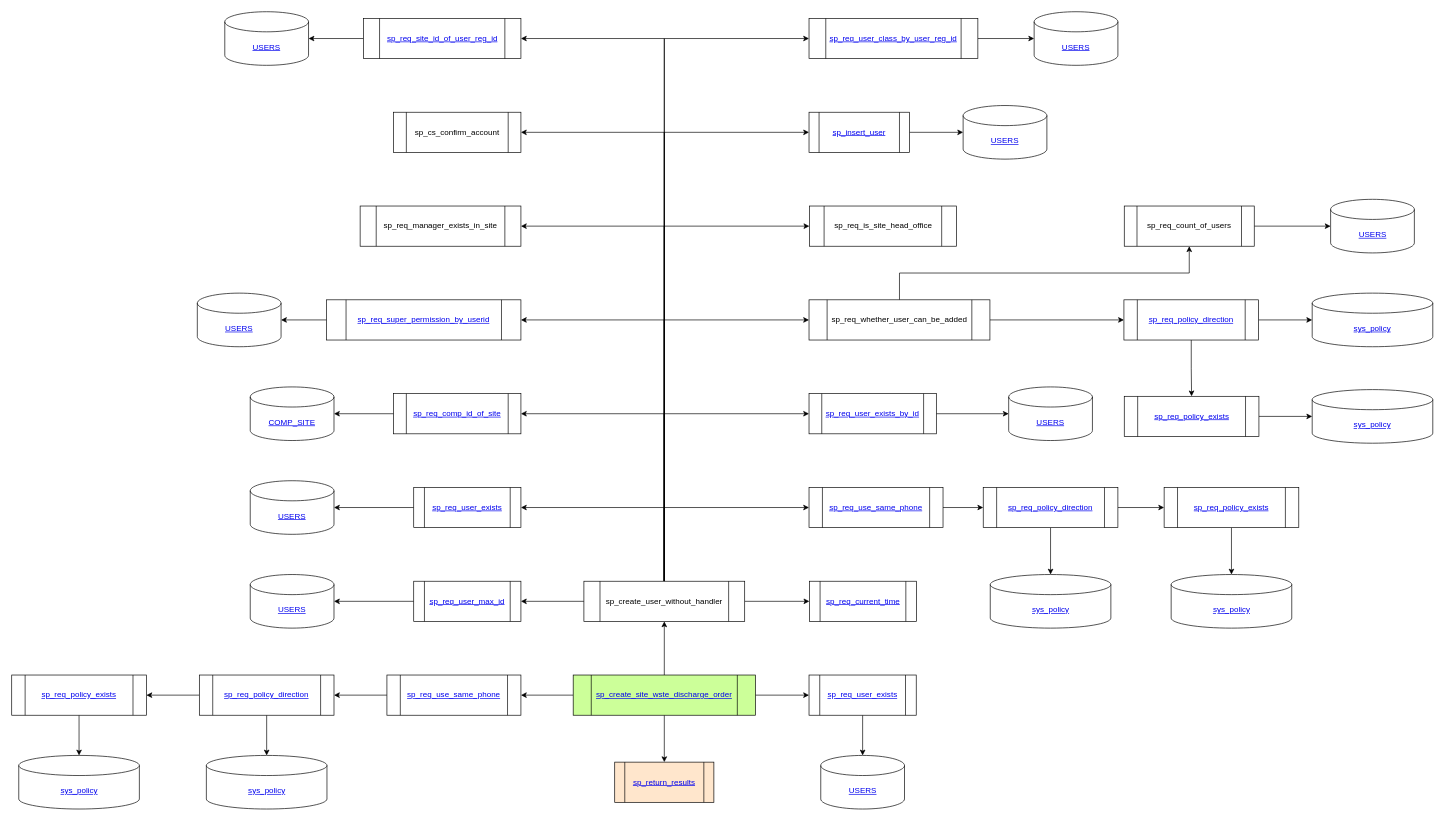
The draw.io diagram sp_create_user.drawio in Leo-Nam/chium_draw, before the edit. Source tidied: cells renumbered, new cells numbered last; positions are measured from the earlier drawing's top-left corner, leaving out a move shared by most shapes. Both pictures are drawn from the tidied source at 67%, with x=0, y=0 at pixel (11, 11).
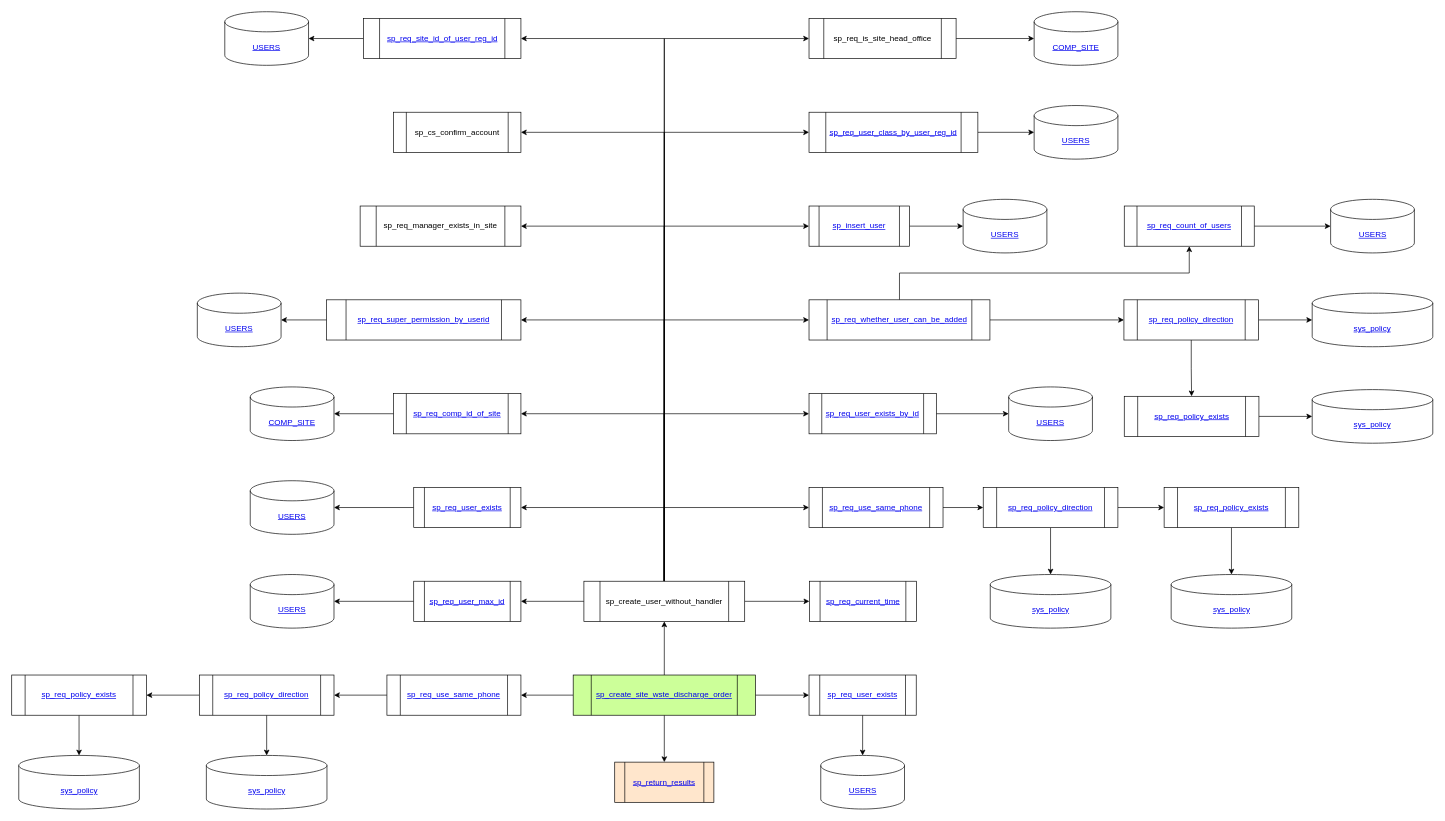
After the change.

Change to the diagram source:
```diff
@@
-    <mxCell id="58" value="sp_req_whether_user_can_be_added" style="shape=process;whiteSpace=wrap;html=1;backgroundOutline=1;rounded=0;" parent="1" vertex="1">
+    <mxCell id="58" value="&lt;a href=&quot;https://github.com/Leo-Nam/chium_draw/blob/master/sp_req_whether_user_can_be_added.drawio&quot;&gt;sp_req_whether_user_can_be_added&lt;/a&gt;" style="shape=process;whiteSpace=wrap;html=1;backgroundOutline=1;rounded=0;" parent="1" vertex="1">
       <mxGeometry x="1190" y="430" width="270" height="60" as="geometry" />
     </mxCell>
@@
+    <mxCell id="85" style="edgeStyle=orthogonalEdgeStyle;rounded=0;jettySize=auto;html=1;" parent="1" edge="1" source="62" target="86">
+      <mxGeometry relative="1" as="geometry" />
+    </mxCell>
     <mxCell id="62" value="sp_req_is_site_head_office" style="shape=process;whiteSpace=wrap;html=1;backgroundOutline=1;rounded=0;" parent="1" vertex="1">
-      <mxGeometry x="1190.5" y="290" width="219.5" height="60" as="geometry" />
+      <mxGeometry x="1190" y="10" width="219.5" height="60" as="geometry" />
     </mxCell>
@@
     <mxCell id="65" value="&lt;a href=&quot;https://github.com/Leo-Nam/chium_draw/blob/master/sp_insert_user.drawio&quot;&gt;sp_insert_user&lt;/a&gt;" style="shape=process;whiteSpace=wrap;html=1;backgroundOutline=1;rounded=0;" parent="1" vertex="1">
-      <mxGeometry x="1190" y="150" width="150" height="60" as="geometry" />
+      <mxGeometry x="1190" y="290" width="150" height="60" as="geometry" />
     </mxCell>
     <mxCell id="66" value="&lt;a href=&quot;https://www.notion.so/USERS-20656cfbb07d4dedb33482dccb7d81cd&quot;&gt;USERS&lt;/a&gt;" style="shape=cylinder3;whiteSpace=wrap;html=1;boundedLbl=1;backgroundOutline=1;size=15;" parent="1" vertex="1">
-      <mxGeometry x="1420" y="140" width="125" height="80" as="geometry" />
+      <mxGeometry x="1420" y="280" width="125" height="80" as="geometry" />
     </mxCell>
@@
     <mxCell id="69" value="&lt;a href=&quot;https://github.com/Leo-Nam/chium_draw/blob/master/sp_req_user_class_by_user_reg_id.drawio&quot;&gt;sp_req_user_class_by_user_reg_id&lt;/a&gt;" style="shape=process;whiteSpace=wrap;html=1;backgroundOutline=1;" parent="1" vertex="1">
-      <mxGeometry x="1190" y="10" width="252" height="60" as="geometry" />
+      <mxGeometry x="1190" y="150" width="252" height="60" as="geometry" />
     </mxCell>
     <mxCell id="70" value="&lt;a href=&quot;https://www.notion.so/USERS-20656cfbb07d4dedb33482dccb7d81cd&quot;&gt;USERS&lt;/a&gt;" style="shape=cylinder3;whiteSpace=wrap;html=1;boundedLbl=1;backgroundOutline=1;size=15;" parent="1" vertex="1">
-      <mxGeometry x="1526" width="125" height="80" as="geometry" />
+      <mxGeometry x="1526" y="140" width="125" height="80" as="geometry" />
     </mxCell>
@@
-    <mxCell id="76" value="sp_req_count_of_users" style="shape=process;whiteSpace=wrap;html=1;backgroundOutline=1;rounded=0;" parent="1" vertex="1">
+    <mxCell id="76" value="&lt;a href=&quot;https://github.com/Leo-Nam/chium_draw/blob/master/sp_req_count_of_users.drawio&quot;&gt;sp_req_count_of_users&lt;/a&gt;" style="shape=process;whiteSpace=wrap;html=1;backgroundOutline=1;rounded=0;" parent="1" vertex="1">
       <mxGeometry x="1660.5" y="290" width="194" height="60" as="geometry" />
     </mxCell>
@@
+    <mxCell id="86" value="&lt;a href=&quot;https://www.notion.so/COMP_SITE-accb03cb0e274fda9f742a88703b821a&quot;&gt;COMP_SITE&lt;/a&gt;" style="shape=cylinder3;whiteSpace=wrap;html=1;boundedLbl=1;backgroundOutline=1;size=15;" parent="1" vertex="1">
+      <mxGeometry x="1526" width="125" height="80" as="geometry" />
+    </mxCell>
```
